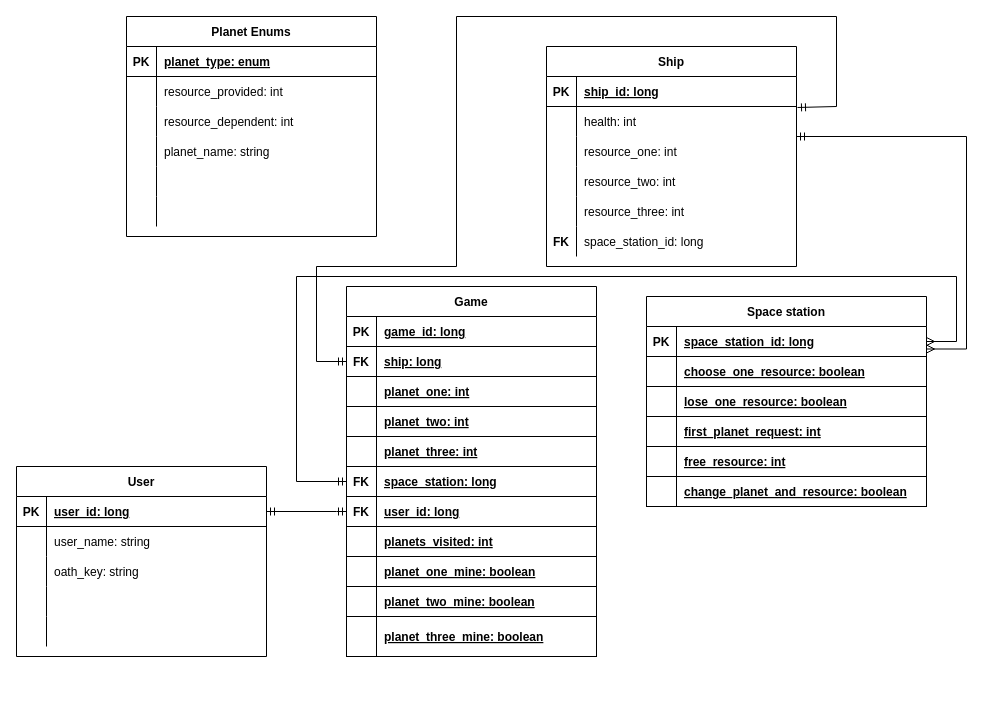
The draw.io diagram docs/work/erd2.drawio in tnordquist/intergalactic-unknown, before the edit. Source tidied: cells renumbered, new cells numbered last; positions are measured from the earlier drawing's top-left corner, leaving out a move shared by most shapes. Both pictures are drawn from the tidied source at 100%, with x=0, y=0 at pixel (16, 16).
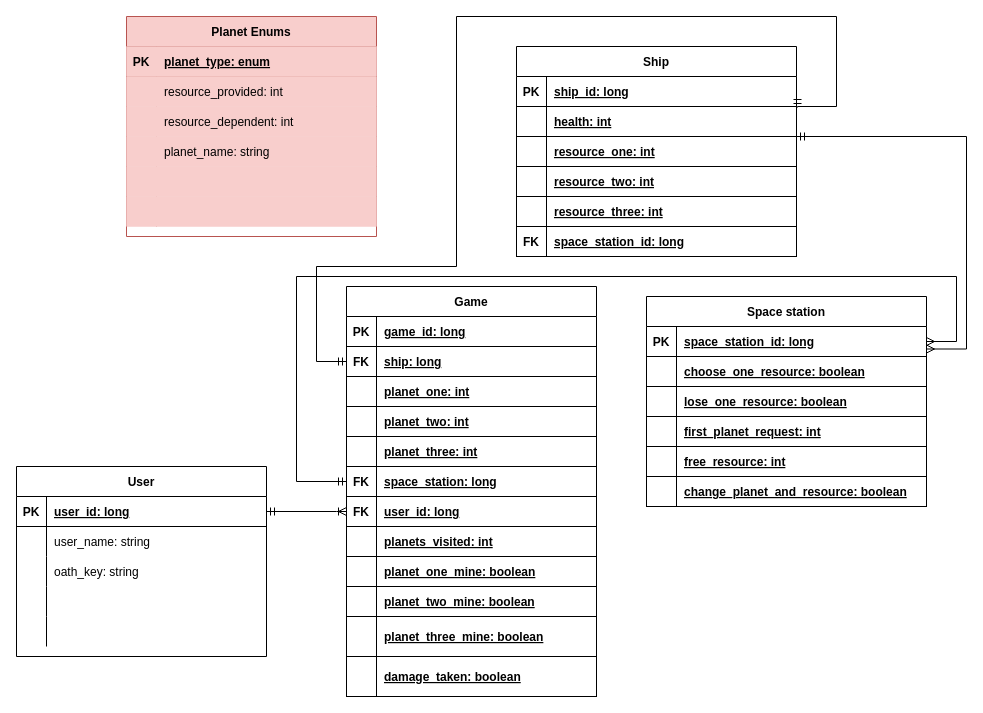
The same page after the edit.

Unchanged cells that the change refers to:
```xml
<mxCell id="44" style="shape=partialRectangle;fillColor=none;points=[[0,0.5],[1,0.5]];portConstraint=eastwest;top=0;left=0;right=0;bottom=1;" parent="40" vertex="1">
  <mxGeometry y="60" width="250" height="30" as="geometry" />
</mxCell>
<mxCell id="74" value="Space station" style="shape=table;startSize=30;childLayout=tableLayout;rowLines=0;fontStyle=1;align=center;" parent="1" vertex="1">
  <mxGeometry x="630" y="280" width="280" height="210" as="geometry" />
</mxCell>
<mxCell id="97" style="shape=partialRectangle;fillColor=none;points=[[0,0.5],[1,0.5]];portConstraint=eastwest;top=0;left=0;right=0;bottom=1;" parent="96" vertex="1">
  <mxGeometry y="30" width="250" height="30" as="geometry" />
</mxCell>
```

What changed in the source:
```diff
@@
-    <mxCell id="2" value="Ship" style="shape=table;startSize=30;childLayout=tableLayout;rowLines=0;fontStyle=1;align=center;" parent="1" vertex="1">
-      <mxGeometry x="530" y="30" width="250" height="220" as="geometry" />
-    </mxCell>
-    <mxCell id="3" style="shape=partialRectangle;fillColor=none;top=0;left=0;right=0;bottom=1;" parent="2" vertex="1">
-      <mxGeometry y="30" width="250" height="30" as="geometry" />
-    </mxCell>
-    <mxCell id="4" value="PK" style="shape=partialRectangle;overflow=hidden;fillColor=none;top=0;left=0;bottom=0;right=0;fontStyle=1;" parent="3" vertex="1">
-      <mxGeometry width="30" height="30" as="geometry" />
-    </mxCell>
-    <mxCell id="5" value="ship_id: long" style="shape=partialRectangle;overflow=hidden;fillColor=none;top=0;left=0;bottom=0;right=0;align=left;spacingLeft=6;fontStyle=5;" parent="3" vertex="1">
-      <mxGeometry x="30" width="220" height="30" as="geometry" />
-    </mxCell>
-    <mxCell id="6" style="shape=partialRectangle;fillColor=none;points=[[0,0.5],[1,0.5]];portConstraint=eastwest;top=0;left=0;right=0;bottom=0;" parent="2" vertex="1">
-      <mxGeometry y="60" width="250" height="30" as="geometry" />
-    </mxCell>
-    <mxCell id="7" style="shape=partialRectangle;overflow=hidden;fillColor=none;top=0;left=0;bottom=0;right=0;" parent="6" vertex="1">
-      <mxGeometry width="30" height="30" as="geometry" />
-    </mxCell>
-    <mxCell id="8" value="health: int" style="shape=partialRectangle;overflow=hidden;fillColor=none;top=0;left=0;bottom=0;right=0;align=left;spacingLeft=6;" parent="6" vertex="1">
-      <mxGeometry x="30" width="220" height="30" as="geometry" />
-    </mxCell>
-    <mxCell id="9" style="shape=partialRectangle;fillColor=none;points=[[0,0.5],[1,0.5]];portConstraint=eastwest;top=0;left=0;right=0;bottom=0;" parent="2" vertex="1">
-      <mxGeometry y="90" width="250" height="30" as="geometry" />
-    </mxCell>
-    <mxCell id="10" style="shape=partialRectangle;overflow=hidden;fillColor=none;top=0;left=0;bottom=0;right=0;" parent="9" vertex="1">
-      <mxGeometry width="30" height="30" as="geometry" />
-    </mxCell>
-    <mxCell id="11" value="resource_one: int" style="shape=partialRectangle;overflow=hidden;fillColor=none;top=0;left=0;bottom=0;right=0;align=left;spacingLeft=6;" parent="9" vertex="1">
-      <mxGeometry x="30" width="220" height="30" as="geometry" />
-    </mxCell>
-    <mxCell id="12" style="shape=partialRectangle;fillColor=none;top=0;left=0;right=0;bottom=0;" parent="2" vertex="1">
-      <mxGeometry y="120" width="250" height="30" as="geometry" />
-    </mxCell>
-    <mxCell id="13" style="shape=partialRectangle;overflow=hidden;fillColor=none;top=0;left=0;bottom=0;right=0;" parent="12" vertex="1">
-      <mxGeometry width="30" height="30" as="geometry" />
-    </mxCell>
-    <mxCell id="14" value="resource_two: int" style="shape=partialRectangle;overflow=hidden;fillColor=none;top=0;left=0;bottom=0;right=0;align=left;spacingLeft=6;" parent="12" vertex="1">
-      <mxGeometry x="30" width="220" height="30" as="geometry" />
-    </mxCell>
-    <mxCell id="15" style="shape=partialRectangle;fillColor=none;top=0;left=0;right=0;bottom=0;" parent="2" vertex="1">
-      <mxGeometry y="150" width="250" height="30" as="geometry" />
-    </mxCell>
-    <mxCell id="16" style="shape=partialRectangle;overflow=hidden;fillColor=none;top=0;left=0;bottom=0;right=0;" parent="15" vertex="1">
-      <mxGeometry width="30" height="30" as="geometry" />
-    </mxCell>
-    <mxCell id="17" value="resource_three: int" style="shape=partialRectangle;overflow=hidden;fillColor=none;top=0;left=0;bottom=0;right=0;align=left;spacingLeft=6;" parent="15" vertex="1">
-      <mxGeometry x="30" width="220" height="30" as="geometry" />
-    </mxCell>
-    <mxCell id="18" style="shape=partialRectangle;fillColor=none;top=0;left=0;right=0;bottom=0;" parent="2" vertex="1">
-      <mxGeometry y="180" width="250" height="30" as="geometry" />
-    </mxCell>
-    <mxCell id="19" style="shape=partialRectangle;overflow=hidden;fillColor=none;top=0;left=0;bottom=0;right=0;" parent="18" vertex="1">
-      <mxGeometry width="30" height="30" as="geometry" />
-    </mxCell>
-    <mxCell id="20" value="space_station_id: long" style="shape=partialRectangle;overflow=hidden;fillColor=none;top=0;left=0;bottom=0;right=0;align=left;spacingLeft=6;" parent="18" vertex="1">
-      <mxGeometry x="30" width="220" height="30" as="geometry" />
-    </mxCell>
-    <mxCell id="21" value="Planet Enums" style="shape=table;startSize=30;childLayout=tableLayout;rowLines=0;fontStyle=1;align=center;" parent="1" vertex="1">
+    <mxCell id="21" value="Planet Enums" style="shape=table;startSize=30;childLayout=tableLayout;rowLines=0;fontStyle=1;align=center;fillColor=#f8cecc;strokeColor=#b85450;" parent="1" vertex="1">
       <mxGeometry x="110" width="250" height="220" as="geometry" />
     </mxCell>
-    <mxCell id="22" style="shape=partialRectangle;fillColor=none;top=0;left=0;right=0;bottom=1;" parent="21" vertex="1">
+    <mxCell id="22" style="shape=partialRectangle;fillColor=#f8cecc;top=0;left=0;right=0;bottom=1;strokeColor=#b85450;" parent="21" vertex="1">
       <mxGeometry y="30" width="250" height="30" as="geometry" />
     </mxCell>
-    <mxCell id="23" value="PK" style="shape=partialRectangle;overflow=hidden;fillColor=none;top=0;left=0;bottom=0;right=0;fontStyle=1;" parent="22" vertex="1">
+    <mxCell id="23" value="PK" style="shape=partialRectangle;overflow=hidden;fillColor=#f8cecc;top=0;left=0;bottom=0;right=0;fontStyle=1;strokeColor=#b85450;" parent="22" vertex="1">
       <mxGeometry width="30" height="30" as="geometry" />
     </mxCell>
-    <mxCell id="24" value="planet_type: enum" style="shape=partialRectangle;overflow=hidden;fillColor=none;top=0;left=0;bottom=0;right=0;align=left;spacingLeft=6;fontStyle=5;" parent="22" vertex="1">
+    <mxCell id="24" value="planet_type: enum" style="shape=partialRectangle;overflow=hidden;fillColor=#f8cecc;top=0;left=0;bottom=0;right=0;align=left;spacingLeft=6;fontStyle=5;strokeColor=#b85450;" parent="22" vertex="1">
       <mxGeometry x="30" width="220" height="30" as="geometry" />
     </mxCell>
-    <mxCell id="25" style="shape=partialRectangle;fillColor=none;top=0;left=0;right=0;bottom=0;" parent="21" vertex="1">
+    <mxCell id="25" style="shape=partialRectangle;fillColor=#f8cecc;top=0;left=0;right=0;bottom=0;strokeColor=#b85450;" parent="21" vertex="1">
       <mxGeometry y="60" width="250" height="30" as="geometry" />
     </mxCell>
-    <mxCell id="26" style="shape=partialRectangle;overflow=hidden;fillColor=none;top=0;left=0;bottom=0;right=0;" parent="25" vertex="1">
+    <mxCell id="26" style="shape=partialRectangle;overflow=hidden;fillColor=#f8cecc;top=0;left=0;bottom=0;right=0;strokeColor=#b85450;" parent="25" vertex="1">
       <mxGeometry width="30" height="30" as="geometry" />
     </mxCell>
-    <mxCell id="27" value="resource_provided: int" style="shape=partialRectangle;overflow=hidden;fillColor=none;top=0;left=0;bottom=0;right=0;align=left;spacingLeft=6;" parent="25" vertex="1">
+    <mxCell id="27" value="resource_provided: int" style="shape=partialRectangle;overflow=hidden;fillColor=#f8cecc;top=0;left=0;bottom=0;right=0;align=left;spacingLeft=6;strokeColor=#b85450;" parent="25" vertex="1">
       <mxGeometry x="30" width="220" height="30" as="geometry" />
     </mxCell>
-    <mxCell id="28" style="shape=partialRectangle;fillColor=none;top=0;left=0;right=0;bottom=0;" parent="21" vertex="1">
+    <mxCell id="28" style="shape=partialRectangle;fillColor=#f8cecc;top=0;left=0;right=0;bottom=0;strokeColor=#b85450;" parent="21" vertex="1">
       <mxGeometry y="90" width="250" height="30" as="geometry" />
     </mxCell>
-    <mxCell id="29" style="shape=partialRectangle;overflow=hidden;fillColor=none;top=0;left=0;bottom=0;right=0;" parent="28" vertex="1">
+    <mxCell id="29" style="shape=partialRectangle;overflow=hidden;fillColor=#f8cecc;top=0;left=0;bottom=0;right=0;strokeColor=#b85450;" parent="28" vertex="1">
       <mxGeometry width="30" height="30" as="geometry" />
     </mxCell>
-    <mxCell id="30" value="resource_dependent: int" style="shape=partialRectangle;overflow=hidden;fillColor=none;top=0;left=0;bottom=0;right=0;align=left;spacingLeft=6;" parent="28" vertex="1">
+    <mxCell id="30" value="resource_dependent: int" style="shape=partialRectangle;overflow=hidden;fillColor=#f8cecc;top=0;left=0;bottom=0;right=0;align=left;spacingLeft=6;strokeColor=#b85450;" parent="28" vertex="1">
       <mxGeometry x="30" width="220" height="30" as="geometry" />
     </mxCell>
-    <mxCell id="31" style="shape=partialRectangle;fillColor=none;top=0;left=0;right=0;bottom=0;" parent="21" vertex="1">
+    <mxCell id="31" style="shape=partialRectangle;fillColor=#f8cecc;top=0;left=0;right=0;bottom=0;strokeColor=#b85450;" parent="21" vertex="1">
       <mxGeometry y="120" width="250" height="30" as="geometry" />
     </mxCell>
-    <mxCell id="32" style="shape=partialRectangle;overflow=hidden;fillColor=none;top=0;left=0;bottom=0;right=0;" parent="31" vertex="1">
+    <mxCell id="32" style="shape=partialRectangle;overflow=hidden;fillColor=#f8cecc;top=0;left=0;bottom=0;right=0;strokeColor=#b85450;" parent="31" vertex="1">
       <mxGeometry width="30" height="30" as="geometry" />
     </mxCell>
-    <mxCell id="33" value="planet_name: string" style="shape=partialRectangle;overflow=hidden;fillColor=none;top=0;left=0;bottom=0;right=0;align=left;spacingLeft=6;" parent="31" vertex="1">
+    <mxCell id="33" value="planet_name: string" style="shape=partialRectangle;overflow=hidden;fillColor=#f8cecc;top=0;left=0;bottom=0;right=0;align=left;spacingLeft=6;strokeColor=#b85450;" parent="31" vertex="1">
       <mxGeometry x="30" width="220" height="30" as="geometry" />
     </mxCell>
-    <mxCell id="34" style="shape=partialRectangle;fillColor=none;top=0;left=0;right=0;bottom=0;" parent="21" vertex="1">
+    <mxCell id="34" style="shape=partialRectangle;fillColor=#f8cecc;top=0;left=0;right=0;bottom=0;strokeColor=#b85450;" parent="21" vertex="1">
       <mxGeometry y="150" width="250" height="30" as="geometry" />
     </mxCell>
-    <mxCell id="35" style="shape=partialRectangle;overflow=hidden;fillColor=none;top=0;left=0;bottom=0;right=0;" parent="34" vertex="1">
+    <mxCell id="35" style="shape=partialRectangle;overflow=hidden;fillColor=#f8cecc;top=0;left=0;bottom=0;right=0;strokeColor=#b85450;" parent="34" vertex="1">
       <mxGeometry width="30" height="30" as="geometry" />
     </mxCell>
-    <mxCell id="36" style="shape=partialRectangle;overflow=hidden;fillColor=none;top=0;left=0;bottom=0;right=0;align=left;spacingLeft=6;" parent="34" vertex="1">
+    <mxCell id="36" style="shape=partialRectangle;overflow=hidden;fillColor=#f8cecc;top=0;left=0;bottom=0;right=0;align=left;spacingLeft=6;strokeColor=#b85450;" parent="34" vertex="1">
       <mxGeometry x="30" width="220" height="30" as="geometry" />
     </mxCell>
-    <mxCell id="37" style="shape=partialRectangle;fillColor=none;top=0;left=0;right=0;bottom=0;" parent="21" vertex="1">
+    <mxCell id="37" style="shape=partialRectangle;fillColor=#f8cecc;top=0;left=0;right=0;bottom=0;strokeColor=#b85450;" parent="21" vertex="1">
       <mxGeometry y="180" width="250" height="30" as="geometry" />
     </mxCell>
-    <mxCell id="38" style="shape=partialRectangle;overflow=hidden;fillColor=none;top=0;left=0;bottom=0;right=0;" parent="37" vertex="1">
+    <mxCell id="38" style="shape=partialRectangle;overflow=hidden;fillColor=#f8cecc;top=0;left=0;bottom=0;right=0;strokeColor=#b85450;" parent="37" vertex="1">
       <mxGeometry width="30" height="30" as="geometry" />
     </mxCell>
-    <mxCell id="39" style="shape=partialRectangle;overflow=hidden;fillColor=none;top=0;left=0;bottom=0;right=0;align=left;spacingLeft=6;" parent="37" vertex="1">
+    <mxCell id="39" style="shape=partialRectangle;overflow=hidden;fillColor=#f8cecc;top=0;left=0;bottom=0;right=0;align=left;spacingLeft=6;strokeColor=#b85450;" parent="37" vertex="1">
       <mxGeometry x="30" width="220" height="30" as="geometry" />
     </mxCell>
     <mxCell id="40" value="Game" style="shape=table;startSize=30;childLayout=tableLayout;rowLines=0;fontStyle=1;align=center;" parent="1" vertex="1">
-      <mxGeometry x="330" y="270" width="250" height="370" as="geometry" />
+      <mxGeometry x="330" y="270" width="250" height="410" as="geometry" />
     </mxCell>
@@
+    <mxCell id="114" style="shape=partialRectangle;fillColor=none;top=0;left=0;right=0;bottom=1;" parent="40" vertex="1">
+      <mxGeometry y="370" width="250" height="40" as="geometry" />
+    </mxCell>
+    <mxCell id="115" style="shape=partialRectangle;overflow=hidden;fillColor=none;top=0;left=0;bottom=0;right=0;fontStyle=1;" parent="114" vertex="1">
+      <mxGeometry width="30" height="40" as="geometry" />
+    </mxCell>
+    <mxCell id="116" value="damage_taken: boolean" style="shape=partialRectangle;overflow=hidden;fillColor=none;top=0;left=0;bottom=0;right=0;align=left;spacingLeft=6;fontStyle=5;" parent="114" vertex="1">
+      <mxGeometry x="30" width="220" height="40" as="geometry" />
+    </mxCell>
@@
-    <mxCell id="93" style="edgeStyle=orthogonalEdgeStyle;endArrow=ERmandOne;startArrow=ERmandOne;endFill=0;startFill=0;rounded=0;elbow=vertical;exitX=1.004;exitY=0.033;exitDx=0;exitDy=0;exitPerimeter=0;entryX=0;entryY=0.5;entryDx=0;entryDy=0;" parent="1" edge="1" source="6" target="44">
+    <mxCell id="93" style="edgeStyle=orthogonalEdgeStyle;endArrow=ERmandOne;startArrow=ERmandOne;endFill=0;startFill=0;rounded=0;elbow=vertical;exitX=1.004;exitY=0.033;exitDx=0;exitDy=0;exitPerimeter=0;entryX=0;entryY=0.5;entryDx=0;entryDy=0;" parent="1" edge="1" target="44">
       <mxGeometry relative="1" as="geometry">
+        <mxPoint x="781" y="91" as="sourcePoint" />
         <Array as="points">
           <mxPoint x="820" y="90" />
           <mxPoint x="820" />
           <mxPoint x="440" />
           <mxPoint x="440" y="250" />
           <mxPoint x="300" y="250" />
           <mxPoint x="300" y="345" />
         </Array>
       </mxGeometry>
     </mxCell>
@@
-    <mxCell id="95" style="edgeStyle=orthogonalEdgeStyle;endArrow=ERmandOne;startArrow=ERmany;endFill=0;startFill=0;rounded=0;elbow=vertical;exitX=1;exitY=0.25;exitDx=0;exitDy=0;entryX=1;entryY=0;entryDx=0;entryDy=0;entryPerimeter=0;" parent="1" edge="1" source="74" target="9">
+    <mxCell id="95" style="edgeStyle=orthogonalEdgeStyle;endArrow=ERmandOne;startArrow=ERmany;endFill=0;startFill=0;rounded=0;elbow=vertical;exitX=1;exitY=0.25;exitDx=0;exitDy=0;entryX=1;entryY=0;entryDx=0;entryDy=0;entryPerimeter=0;" parent="1" edge="1" source="74">
       <mxGeometry relative="1" as="geometry">
+        <mxPoint x="780" y="120" as="targetPoint" />
         <Array as="points">
           <mxPoint x="950" y="333" />
           <mxPoint x="950" y="120" />
         </Array>
       </mxGeometry>
     </mxCell>
@@
-    <mxCell id="112" style="edgeStyle=orthogonalEdgeStyle;endArrow=ERmandOne;startArrow=ERmandOne;endFill=0;startFill=0;rounded=0;elbow=vertical;exitX=1;exitY=0.5;exitDx=0;exitDy=0;" parent="1" edge="1" source="97">
+    <mxCell id="112" style="edgeStyle=orthogonalEdgeStyle;endArrow=ERoneToMany;startArrow=ERmandOne;endFill=0;startFill=0;rounded=0;elbow=vertical;exitX=1;exitY=0.5;exitDx=0;exitDy=0;" parent="1" edge="1" source="97">
       <mxGeometry relative="1" as="geometry">
         <mxPoint x="330" y="495" as="targetPoint" />
         <Array as="points">
           <mxPoint x="320" y="495" />
           <mxPoint x="320" y="495" />
         </Array>
       </mxGeometry>
     </mxCell>
+    <mxCell id="2" value="Ship" style="shape=table;startSize=30;childLayout=tableLayout;rowLines=0;fontStyle=1;align=center;" parent="1" vertex="1">
+      <mxGeometry x="500" y="30" width="280" height="210" as="geometry" />
+    </mxCell>
+    <mxCell id="117" style="shape=partialRectangle;fillColor=none;top=0;left=0;right=0;bottom=1;" parent="2" vertex="1">
+      <mxGeometry y="30" width="280" height="30" as="geometry" />
+    </mxCell>
+    <mxCell id="4" value="PK" style="shape=partialRectangle;overflow=hidden;fillColor=none;top=0;left=0;bottom=0;right=0;fontStyle=1;" parent="117" vertex="1">
+      <mxGeometry width="30" height="30" as="geometry" />
+    </mxCell>
+    <mxCell id="5" value="ship_id: long" style="shape=partialRectangle;overflow=hidden;fillColor=none;top=0;left=0;bottom=0;right=0;align=left;spacingLeft=6;fontStyle=5;" parent="117" vertex="1">
+      <mxGeometry x="30" width="250" height="30" as="geometry" />
+    </mxCell>
+    <mxCell id="118" style="shape=partialRectangle;fillColor=none;top=0;left=0;right=0;bottom=1;" parent="2" vertex="1">
+      <mxGeometry y="60" width="280" height="30" as="geometry" />
+    </mxCell>
+    <mxCell id="119" style="shape=partialRectangle;overflow=hidden;fillColor=none;top=0;left=0;bottom=0;right=0;fontStyle=1;" parent="118" vertex="1">
+      <mxGeometry width="30" height="30" as="geometry" />
+    </mxCell>
+    <mxCell id="8" value="health: int" style="shape=partialRectangle;overflow=hidden;fillColor=none;top=0;left=0;bottom=0;right=0;align=left;spacingLeft=6;fontStyle=5;" parent="118" vertex="1">
+      <mxGeometry x="30" width="250" height="30" as="geometry" />
+    </mxCell>
+    <mxCell id="120" style="shape=partialRectangle;fillColor=none;top=0;left=0;right=0;bottom=1;" parent="2" vertex="1">
+      <mxGeometry y="90" width="280" height="30" as="geometry" />
+    </mxCell>
+    <mxCell id="121" style="shape=partialRectangle;overflow=hidden;fillColor=none;top=0;left=0;bottom=0;right=0;fontStyle=1;" parent="120" vertex="1">
+      <mxGeometry width="30" height="30" as="geometry" />
+    </mxCell>
+    <mxCell id="11" value="resource_one: int" style="shape=partialRectangle;overflow=hidden;fillColor=none;top=0;left=0;bottom=0;right=0;align=left;spacingLeft=6;fontStyle=5;" parent="120" vertex="1">
+      <mxGeometry x="30" width="250" height="30" as="geometry" />
+    </mxCell>
+    <mxCell id="122" style="shape=partialRectangle;fillColor=none;top=0;left=0;right=0;bottom=1;" parent="2" vertex="1">
+      <mxGeometry y="120" width="280" height="30" as="geometry" />
+    </mxCell>
+    <mxCell id="123" style="shape=partialRectangle;overflow=hidden;fillColor=none;top=0;left=0;bottom=0;right=0;fontStyle=1;" parent="122" vertex="1">
+      <mxGeometry width="30" height="30" as="geometry" />
+    </mxCell>
+    <mxCell id="14" value="resource_two: int" style="shape=partialRectangle;overflow=hidden;fillColor=none;top=0;left=0;bottom=0;right=0;align=left;spacingLeft=6;fontStyle=5;" parent="122" vertex="1">
+      <mxGeometry x="30" width="250" height="30" as="geometry" />
+    </mxCell>
+    <mxCell id="124" style="shape=partialRectangle;fillColor=none;top=0;left=0;right=0;bottom=1;" parent="2" vertex="1">
+      <mxGeometry y="150" width="280" height="30" as="geometry" />
+    </mxCell>
+    <mxCell id="125" style="shape=partialRectangle;overflow=hidden;fillColor=none;top=0;left=0;bottom=0;right=0;fontStyle=1;" parent="124" vertex="1">
+      <mxGeometry width="30" height="30" as="geometry" />
+    </mxCell>
+    <mxCell id="17" value="resource_three: int" style="shape=partialRectangle;overflow=hidden;fillColor=none;top=0;left=0;bottom=0;right=0;align=left;spacingLeft=6;fontStyle=5;" parent="124" vertex="1">
+      <mxGeometry x="30" width="250" height="30" as="geometry" />
+    </mxCell>
+    <mxCell id="126" style="shape=partialRectangle;fillColor=none;top=0;left=0;right=0;bottom=1;" parent="2" vertex="1">
+      <mxGeometry y="180" width="280" height="30" as="geometry" />
+    </mxCell>
+    <mxCell id="127" style="shape=partialRectangle;overflow=hidden;fillColor=none;top=0;left=0;bottom=0;right=0;fontStyle=1;" parent="126" vertex="1">
+      <mxGeometry width="30" height="30" as="geometry" />
+    </mxCell>
+    <mxCell id="20" value="space_station_id: long" style="shape=partialRectangle;overflow=hidden;fillColor=none;top=0;left=0;bottom=0;right=0;align=left;spacingLeft=6;fontStyle=5;" parent="126" vertex="1">
+      <mxGeometry x="30" width="250" height="30" as="geometry" />
+    </mxCell>
     <mxCell id="113" value="FK" style="shape=partialRectangle;overflow=hidden;fillColor=none;top=0;left=0;bottom=0;right=0;fontStyle=1;" parent="1" vertex="1">
-      <mxGeometry x="530" y="210" width="30" height="30" as="geometry" />
+      <mxGeometry x="500" y="210" width="30" height="30" as="geometry" />
     </mxCell>
```
